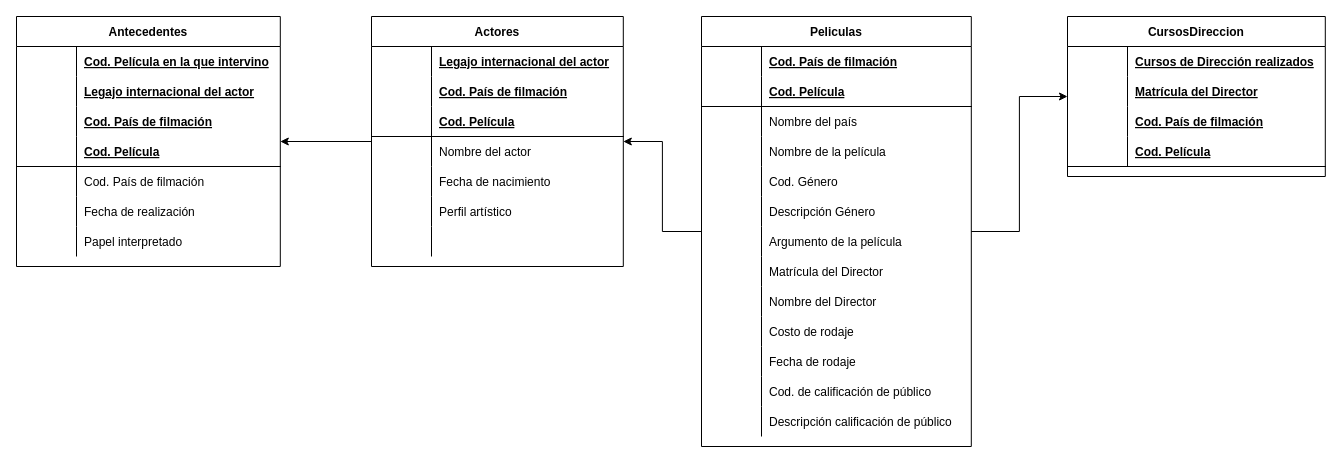
Earlier version of the draw.io diagram TPIII_Peliculas/1FN_Peliculas_Puyelli.drawio (FedericoRocca/DyADDBB_1erCuatrimestre_2021). Source tidied: cells renumbered, new cells numbered last; positions are measured from the earlier drawing's top-left corner, leaving out a move shared by most shapes. Both pictures are drawn from the tidied source at 100%, with x=0, y=0 at pixel (16, 16).
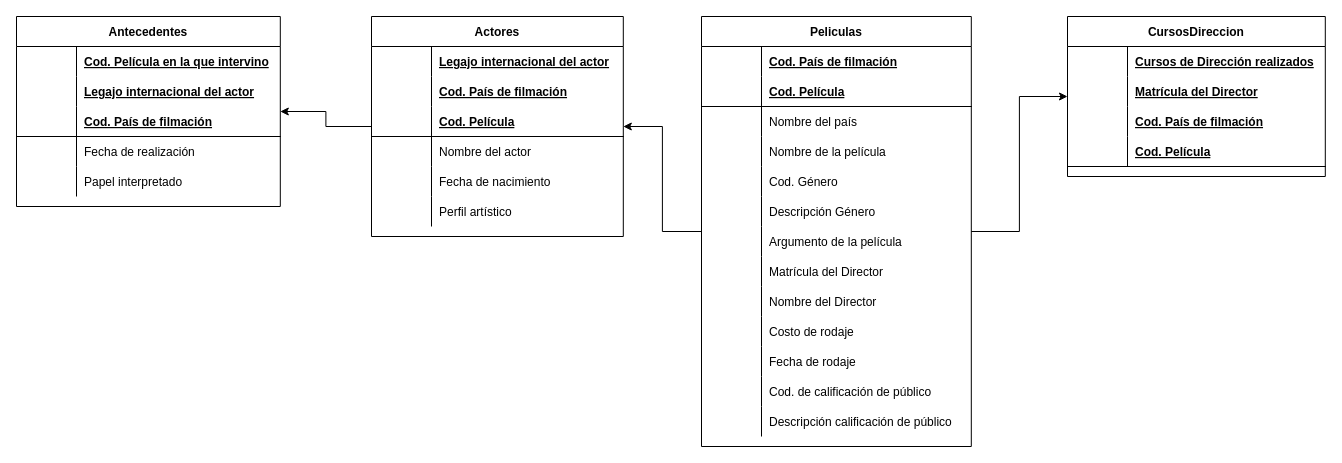
After the change.

Commit message:
Actualizo 1FN y subo 2FN

The edit, as a diff of the source:
```diff
@@
     <mxCell id="58" value="Actores" style="shape=table;startSize=30;childLayout=tableLayout;rowLines=0;fontStyle=1;align=center;" parent="1" vertex="1">
-      <mxGeometry x="355" width="251.8" height="250" as="geometry" />
+      <mxGeometry x="355" width="251.8" height="220" as="geometry" />
     </mxCell>
@@
-    <mxCell id="77" style="shape=partialRectangle;fillColor=none;top=0;left=0;bottom=0;right=0;" parent="58" vertex="1">
-      <mxGeometry y="210" width="251.8" height="30" as="geometry" />
-    </mxCell>
-    <mxCell id="78" style="shape=partialRectangle;fillColor=none;top=0;left=0;bottom=0;right=0;overflow=hidden;" parent="77" vertex="1">
-      <mxGeometry width="60" height="30" as="geometry" />
-    </mxCell>
-    <mxCell id="79" style="shape=partialRectangle;fillColor=none;top=0;left=0;bottom=0;right=0;align=left;spacingLeft=6;overflow=hidden;" parent="77" vertex="1">
-      <mxGeometry x="60" width="191.8" height="30" as="geometry" />
-    </mxCell>
     <mxCell id="80" value="Antecedentes" style="shape=table;startSize=30;childLayout=tableLayout;rowLines=0;fontStyle=1;align=center;" parent="1" vertex="1">
-      <mxGeometry width="263.8" height="250" as="geometry" />
+      <mxGeometry width="263.8" height="190" as="geometry" />
     </mxCell>
@@
-    <mxCell id="87" style="shape=partialRectangle;fillColor=none;top=0;left=0;bottom=0;right=0;" parent="80" vertex="1">
-      <mxGeometry y="90" width="263.8" height="30" as="geometry" />
-    </mxCell>
-    <mxCell id="88" style="shape=partialRectangle;fillColor=none;top=0;left=0;bottom=0;right=0;fontStyle=1;overflow=hidden;" parent="87" vertex="1">
-      <mxGeometry width="60" height="30" as="geometry" />
-    </mxCell>
-    <mxCell id="89" value="Cod. País de filmación" style="shape=partialRectangle;fillColor=none;top=0;left=0;bottom=0;right=0;align=left;spacingLeft=6;fontStyle=5;overflow=hidden;" parent="87" vertex="1">
-      <mxGeometry x="60" width="203.8" height="30" as="geometry" />
-    </mxCell>
     <mxCell id="90" style="shape=partialRectangle;fillColor=none;top=0;left=0;bottom=1;right=0;" parent="80" vertex="1">
-      <mxGeometry y="120" width="263.8" height="30" as="geometry" />
+      <mxGeometry y="90" width="263.8" height="30" as="geometry" />
     </mxCell>
@@
-    <mxCell id="92" value="Cod. Película" style="shape=partialRectangle;fillColor=none;top=0;left=0;bottom=0;right=0;align=left;spacingLeft=6;fontStyle=5;overflow=hidden;" parent="90" vertex="1">
+    <mxCell id="92" value="Cod. País de filmación" style="shape=partialRectangle;fillColor=none;top=0;left=0;bottom=0;right=0;align=left;spacingLeft=6;fontStyle=5;overflow=hidden;" parent="90" vertex="1">
       <mxGeometry x="60" width="203.8" height="30" as="geometry" />
     </mxCell>
-    <mxCell id="93" style="shape=partialRectangle;fillColor=none;top=0;left=0;bottom=0;right=0;" parent="80" vertex="1">
-      <mxGeometry y="150" width="263.8" height="30" as="geometry" />
-    </mxCell>
-    <mxCell id="94" style="shape=partialRectangle;fillColor=none;top=0;left=0;bottom=0;right=0;overflow=hidden;" parent="93" vertex="1">
-      <mxGeometry width="60" height="30" as="geometry" />
-    </mxCell>
-    <mxCell id="95" value="Cod. País de filmación" style="shape=partialRectangle;fillColor=none;top=0;left=0;bottom=0;right=0;align=left;spacingLeft=6;overflow=hidden;" parent="93" vertex="1">
-      <mxGeometry x="60" width="203.8" height="30" as="geometry" />
-    </mxCell>
     <mxCell id="96" style="shape=partialRectangle;fillColor=none;top=0;left=0;bottom=0;right=0;" parent="80" vertex="1">
-      <mxGeometry y="180" width="263.8" height="30" as="geometry" />
+      <mxGeometry y="120" width="263.8" height="30" as="geometry" />
     </mxCell>
@@
     <mxCell id="99" style="shape=partialRectangle;fillColor=none;top=0;left=0;bottom=0;right=0;" parent="80" vertex="1">
-      <mxGeometry y="210" width="263.8" height="30" as="geometry" />
+      <mxGeometry y="150" width="263.8" height="30" as="geometry" />
     </mxCell>
```
